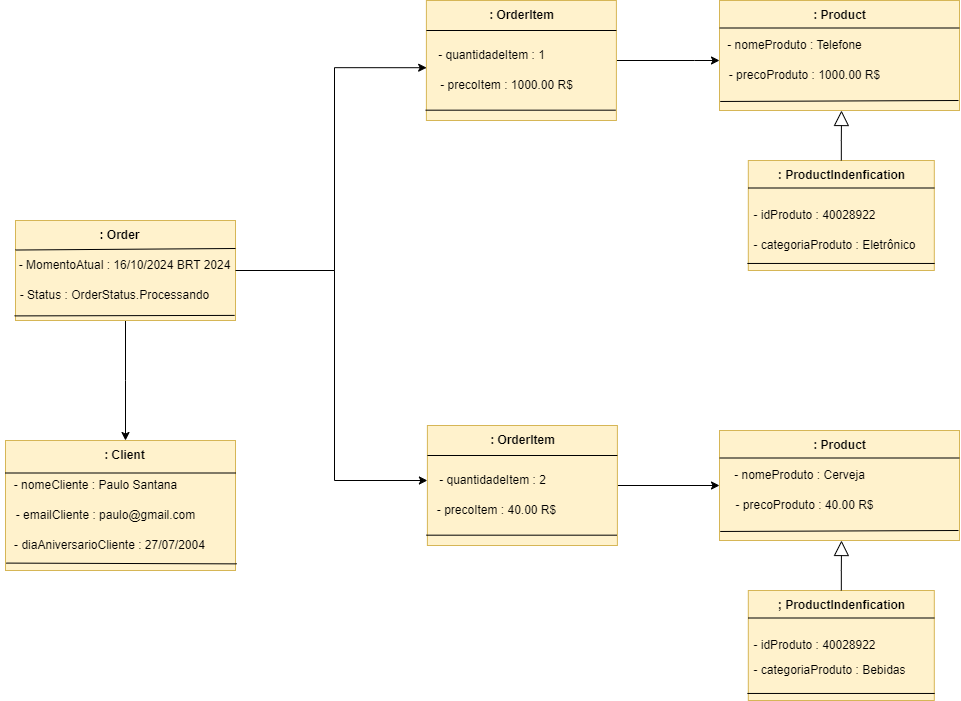
This is Imagens/Features_updated.drawio.png from devpaulojr/OrderingSystem, a draw.io export, as it was before one commit. Source tidied: cells renumbered, new cells last; positions are measured from the earlier drawing's top-left corner, leaving out a move shared by most shapes.
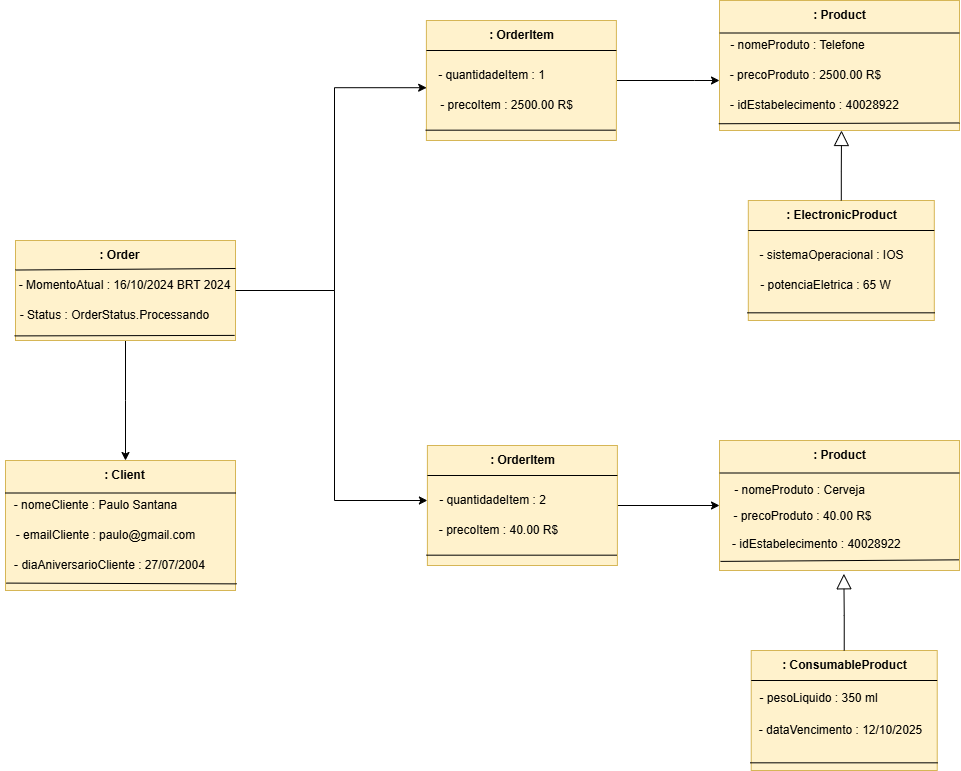
The same file after the commit.

The edit, as a diff of the source:
```diff
@@ -66,20 +66,20 @@
     <mxCell id="18" value="- quantidadeItem : 1" style="text;html=1;align=center;verticalAlign=middle;points=[];strokeColor=none;fillColor=none;" parent="1" vertex="1">
       <mxGeometry x="425.9" y="40" width="130" height="30" as="geometry" />
     </mxCell>
-    <mxCell id="19" value="- precoItem : 1000.00 R$" style="text;html=1;align=center;verticalAlign=middle;strokeColor=none;fillColor=none;" parent="1" vertex="1">
+    <mxCell id="19" value="- precoItem : 2500.00 R$" style="text;html=1;align=center;verticalAlign=middle;strokeColor=none;fillColor=none;" parent="1" vertex="1">
       <mxGeometry x="425.9" y="70" width="160" height="30" as="geometry" />
     </mxCell>
     <mxCell id="20" style="rounded=0;whiteSpace=wrap;html=1;fillColor=#fff2cc;strokeColor=#d6b656;" parent="1" vertex="1">
-      <mxGeometry x="719" width="240" height="110" as="geometry" />
+      <mxGeometry x="719" y="-20" width="240" height="130" as="geometry" />
     </mxCell>
     <mxCell id="21" value="&lt;b&gt;: Product&lt;/b&gt;" style="text;html=1;align=center;verticalAlign=middle;strokeColor=none;fillColor=none;" parent="1" vertex="1">
-      <mxGeometry x="799" width="80" height="30" as="geometry" />
+      <mxGeometry x="799" y="-20" width="80" height="30" as="geometry" />
     </mxCell>
     <mxCell id="22" value="- nomeProduto : Telefone" style="text;html=1;align=center;verticalAlign=middle;strokeColor=none;fillColor=none;" parent="1" vertex="1">
-      <mxGeometry x="714" y="30" width="160" height="30" as="geometry" />
+      <mxGeometry x="717" y="10" width="160" height="30" as="geometry" />
     </mxCell>
-    <mxCell id="23" value="- precoProduto : 1000.00 R$" style="text;html=1;align=center;verticalAlign=middle;strokeColor=none;fillColor=none;" parent="1" vertex="1">
-      <mxGeometry x="719" y="60" width="170" height="30" as="geometry" />
+    <mxCell id="23" value="- precoProduto : 2500.00 R$" style="text;html=1;align=center;verticalAlign=middle;strokeColor=none;fillColor=none;" parent="1" vertex="1">
+      <mxGeometry x="720" y="40" width="170" height="30" as="geometry" />
     </mxCell>
     <mxCell id="24" style="endArrow=none;html=1;rounded=0;entryX=1;entryY=0.25;entryDx=0;entryDy=0;exitX=0;exitY=0.25;exitDx=0;exitDy=0;" parent="1" edge="1" source="20" target="20">
       <mxGeometry relative="1" as="geometry" />
@@ -90,10 +90,8 @@
     <mxCell id="26" style="endArrow=none;html=1;rounded=0;exitX=-0.004;exitY=0.954;exitDx=0;exitDy=0;exitPerimeter=0;entryX=0.996;entryY=0.949;entryDx=0;entryDy=0;entryPerimeter=0;" parent="1" edge="1" source="4" target="4">
       <mxGeometry relative="1" as="geometry" />
     </mxCell>
-    <mxCell id="27" style="endArrow=none;html=1;rounded=0;entryX=0.003;entryY=0.918;entryDx=0;entryDy=0;entryPerimeter=0;" parent="1" edge="1" target="20">
-      <mxGeometry relative="1" as="geometry">
-        <mxPoint x="958" y="100" as="sourcePoint" />
-      </mxGeometry>
+    <mxCell id="27" style="endArrow=none;html=1;rounded=0;entryX=-0.003;entryY=0.948;entryDx=0;entryDy=0;entryPerimeter=0;exitX=1;exitY=0.942;exitDx=0;exitDy=0;exitPerimeter=0;" parent="1" edge="1" source="20" target="20">
+      <mxGeometry relative="1" as="geometry" />
     </mxCell>
     <mxCell id="28" style="endArrow=none;html=1;rounded=0;exitX=0.046;exitY=-0.016;exitDx=0;exitDy=0;exitPerimeter=0;" parent="1" edge="1" source="6">
       <mxGeometry relative="1" as="geometry">
@@ -119,7 +117,7 @@
       <mxGeometry x="426.9" y="465" width="130" height="30" as="geometry" />
     </mxCell>
     <mxCell id="35" value="- precoItem : 40.00 R$" style="text;html=1;align=center;verticalAlign=middle;strokeColor=none;fillColor=none;" parent="1" vertex="1">
-      <mxGeometry x="425.9" y="495" width="140" height="30" as="geometry" />
+      <mxGeometry x="427.9" y="495" width="140" height="30" as="geometry" />
     </mxCell>
     <mxCell id="36" style="endArrow=none;html=1;rounded=0;exitX=-0.005;exitY=0.914;exitDx=0;exitDy=0;exitPerimeter=0;entryX=0.997;entryY=0.914;entryDx=0;entryDy=0;entryPerimeter=0;" parent="1" edge="1" source="31" target="31">
       <mxGeometry relative="1" as="geometry" />
@@ -133,70 +131,72 @@
       </mxGeometry>
     </mxCell>
     <mxCell id="38" style="rounded=0;whiteSpace=wrap;html=1;fillColor=#fff2cc;strokeColor=#d6b656;" parent="1" vertex="1">
-      <mxGeometry x="747.8" y="160" width="186" height="110" as="geometry" />
+      <mxGeometry x="747.8" y="180" width="186" height="120" as="geometry" />
     </mxCell>
     <mxCell id="39" style="edgeStyle=orthogonalEdgeStyle;rounded=0;jettySize=auto;html=1;endArrow=block;endFill=0;startSize=11;endSize=13;" parent="1" edge="1" source="40">
       <mxGeometry relative="1" as="geometry">
         <mxPoint x="841" y="110" as="targetPoint" />
       </mxGeometry>
     </mxCell>
-    <mxCell id="40" value="&lt;b&gt;: ProductIndenfication&lt;/b&gt;" style="text;html=1;align=center;verticalAlign=middle;points=[];strokeColor=none;fillColor=none;" parent="1" vertex="1">
-      <mxGeometry x="765.8" y="160" width="150" height="30" as="geometry" />
+    <mxCell id="40" value="&lt;b&gt;:&amp;nbsp;&lt;/b&gt;&lt;b&gt;ElectronicProduct&lt;/b&gt;" style="text;html=1;align=center;verticalAlign=middle;points=[];strokeColor=none;fillColor=none;" parent="1" vertex="1">
+      <mxGeometry x="775.8" y="180" width="130" height="30" as="geometry" />
     </mxCell>
     <mxCell id="41" style="endArrow=none;html=1;rounded=0;exitX=0;exitY=0.25;exitDx=0;exitDy=0;entryX=1;entryY=0.25;entryDx=0;entryDy=0;" parent="1" edge="1" source="38" target="38">
       <mxGeometry relative="1" as="geometry" />
     </mxCell>
-    <mxCell id="42" value="- idProduto : 40028922" style="text;html=1;align=center;verticalAlign=middle;strokeColor=none;fillColor=none;" parent="1" vertex="1">
-      <mxGeometry x="739" y="200" width="150" height="30" as="geometry" />
+    <mxCell id="42" value="- idEstabelecimento : 40028922" style="text;html=1;align=center;verticalAlign=middle;strokeColor=none;fillColor=none;" parent="1" vertex="1">
+      <mxGeometry x="719" y="70" width="190" height="30" as="geometry" />
     </mxCell>
-    <mxCell id="43" value="- categoriaProduto : Eletrônico" style="text;html=1;align=center;verticalAlign=middle;strokeColor=none;fillColor=none;" parent="1" vertex="1">
-      <mxGeometry x="739" y="230" width="190" height="30" as="geometry" />
+    <mxCell id="43" value="- potenciaEletrica : 65 W" style="text;html=1;align=center;verticalAlign=middle;strokeColor=none;fillColor=none;" parent="1" vertex="1">
+      <mxGeometry x="750.2" y="250" width="150" height="30" as="geometry" />
     </mxCell>
     <mxCell id="44" style="endArrow=none;html=1;rounded=0;entryX=1.002;entryY=0.936;entryDx=0;entryDy=0;entryPerimeter=0;exitX=-0.005;exitY=0.936;exitDx=0;exitDy=0;exitPerimeter=0;" parent="1" edge="1" source="38" target="38">
       <mxGeometry relative="1" as="geometry" />
     </mxCell>
-    <mxCell id="45" style="rounded=0;whiteSpace=wrap;html=1;fillColor=#fff2cc;strokeColor=#d6b656;" parent="1" vertex="1">
-      <mxGeometry x="719" y="430" width="240" height="110" as="geometry" />
+    <mxCell id="45" style="rounded=0;whiteSpace=wrap;html=1;fillColor=#FFF2CC;strokeColor=#d6b656;" parent="1" vertex="1">
+      <mxGeometry x="719" y="420" width="240" height="130" as="geometry" />
     </mxCell>
     <mxCell id="46" value="&lt;b&gt;: Product&lt;/b&gt;" style="text;html=1;align=center;verticalAlign=middle;strokeColor=none;fillColor=none;" parent="1" vertex="1">
-      <mxGeometry x="799" y="430" width="80" height="30" as="geometry" />
+      <mxGeometry x="799" y="420" width="80" height="30" as="geometry" />
     </mxCell>
     <mxCell id="47" value="- nomeProduto : Cerveja" style="text;html=1;align=center;verticalAlign=middle;strokeColor=none;fillColor=none;" parent="1" vertex="1">
-      <mxGeometry x="724" y="460" width="150" height="30" as="geometry" />
+      <mxGeometry x="724" y="455" width="150" height="30" as="geometry" />
     </mxCell>
     <mxCell id="48" value="- precoProduto : 40.00 R$" style="text;html=1;align=center;verticalAlign=middle;strokeColor=none;fillColor=none;" parent="1" vertex="1">
-      <mxGeometry x="724" y="490" width="160" height="30" as="geometry" />
+      <mxGeometry x="722" y="481" width="160" height="30" as="geometry" />
     </mxCell>
     <mxCell id="49" style="endArrow=none;html=1;rounded=0;entryX=1;entryY=0.25;entryDx=0;entryDy=0;exitX=0;exitY=0.25;exitDx=0;exitDy=0;" parent="1" edge="1" source="45" target="45">
       <mxGeometry relative="1" as="geometry" />
     </mxCell>
-    <mxCell id="50" style="endArrow=none;html=1;rounded=0;entryX=0.003;entryY=0.918;entryDx=0;entryDy=0;entryPerimeter=0;" parent="1" edge="1" target="45">
-      <mxGeometry relative="1" as="geometry">
-        <mxPoint x="958" y="530" as="sourcePoint" />
-      </mxGeometry>
+    <mxCell id="50" style="endArrow=none;html=1;rounded=0;exitX=0.998;exitY=0.918;exitDx=0;exitDy=0;exitPerimeter=0;entryX=0.004;entryY=0.93;entryDx=0;entryDy=0;entryPerimeter=0;" parent="1" edge="1" source="45" target="45">
+      <mxGeometry relative="1" as="geometry" />
     </mxCell>
     <mxCell id="51" style="rounded=0;whiteSpace=wrap;html=1;fillColor=#fff2cc;strokeColor=#d6b656;" parent="1" vertex="1">
-      <mxGeometry x="747.8" y="590" width="186" height="110" as="geometry" />
+      <mxGeometry x="750.7" y="630" width="186" height="120" as="geometry" />
     </mxCell>
-    <mxCell id="52" style="edgeStyle=orthogonalEdgeStyle;rounded=0;jettySize=auto;html=1;endArrow=block;endFill=0;startSize=11;endSize=13;" parent="1" edge="1" source="53">
-      <mxGeometry relative="1" as="geometry">
-        <mxPoint x="841" y="540" as="targetPoint" />
-      </mxGeometry>
-    </mxCell>
-    <mxCell id="53" value="&lt;b&gt;; ProductIndenfication&lt;/b&gt;" style="text;html=1;align=center;verticalAlign=middle;points=[];strokeColor=none;fillColor=none;" parent="1" vertex="1">
-      <mxGeometry x="765.8" y="590" width="150" height="30" as="geometry" />
+    <mxCell id="53" value="&lt;b&gt;:&amp;nbsp;&lt;/b&gt;&lt;b&gt;ConsumableProduct&lt;/b&gt;" style="text;html=1;align=center;verticalAlign=middle;points=[];strokeColor=none;fillColor=none;" parent="1" vertex="1">
+      <mxGeometry x="768.7" y="630" width="150" height="30" as="geometry" />
     </mxCell>
     <mxCell id="54" style="endArrow=none;html=1;rounded=0;exitX=0;exitY=0.25;exitDx=0;exitDy=0;entryX=1;entryY=0.25;entryDx=0;entryDy=0;" parent="1" edge="1" source="51" target="51">
       <mxGeometry relative="1" as="geometry" />
     </mxCell>
-    <mxCell id="55" value="- idProduto : 40028922" style="text;html=1;align=center;verticalAlign=middle;strokeColor=none;fillColor=none;" parent="1" vertex="1">
-      <mxGeometry x="739" y="630" width="150" height="30" as="geometry" />
-    </mxCell>
-    <mxCell id="56" value="- categoriaProduto : Bebidas" style="text;html=1;align=center;verticalAlign=middle;strokeColor=none;fillColor=none;" parent="1" vertex="1">
-      <mxGeometry x="739" y="655" width="180" height="30" as="geometry" />
+    <mxCell id="56" value="- pesoLiquido : 350 ml" style="text;html=1;align=center;verticalAlign=middle;strokeColor=none;fillColor=none;" parent="1" vertex="1">
+      <mxGeometry x="748.3" y="663" width="140" height="30" as="geometry" />
     </mxCell>
     <mxCell id="57" style="endArrow=none;html=1;rounded=0;entryX=1.002;entryY=0.936;entryDx=0;entryDy=0;entryPerimeter=0;exitX=-0.005;exitY=0.936;exitDx=0;exitDy=0;exitPerimeter=0;" parent="1" edge="1" source="51" target="51">
       <mxGeometry relative="1" as="geometry" />
     </mxCell>
+    <mxCell id="58" value="- sistemaOperacional : IOS" style="text;html=1;align=center;verticalAlign=middle;strokeColor=none;fillColor=none;" parent="1" vertex="1">
+      <mxGeometry x="745.8" y="220" width="170" height="30" as="geometry" />
+    </mxCell>
+    <mxCell id="59" value="&lt;span style=&quot;color: rgb(0, 0, 0); font-family: Helvetica; font-size: 12px; font-style: normal; font-variant-ligatures: normal; font-variant-caps: normal; font-weight: 400; letter-spacing: normal; orphans: 2; text-align: center; text-indent: 0px; text-transform: none; widows: 2; word-spacing: 0px; -webkit-text-stroke-width: 0px; white-space: nowrap; text-decoration-thickness: initial; text-decoration-style: initial; text-decoration-color: initial; float: none; display: inline !important; background-color: rgb(255, 242, 204);&quot;&gt;- idEstabelecimento : 40028922&lt;/span&gt;" style="text;whiteSpace=wrap;html=1;" parent="1" vertex="1">
+      <mxGeometry x="730.4" y="510" width="160" height="40" as="geometry" />
+    </mxCell>
+    <mxCell id="60" value="- dataVencimento : 12/10/2025" style="text;html=1;align=center;verticalAlign=middle;strokeColor=none;fillColor=none;" parent="1" vertex="1">
+      <mxGeometry x="744.5" y="695" width="190" height="30" as="geometry" />
+    </mxCell>
+    <mxCell id="61" style="edgeStyle=orthogonalEdgeStyle;rounded=0;jettySize=auto;html=1;entryX=0.706;entryY=1.082;entryDx=0;entryDy=0;entryPerimeter=0;endArrow=block;endFill=0;endSize=13;" parent="1" edge="1" source="51" target="59">
+      <mxGeometry relative="1" as="geometry" />
+    </mxCell>
   </root>
 </mxGraphModel>
```
